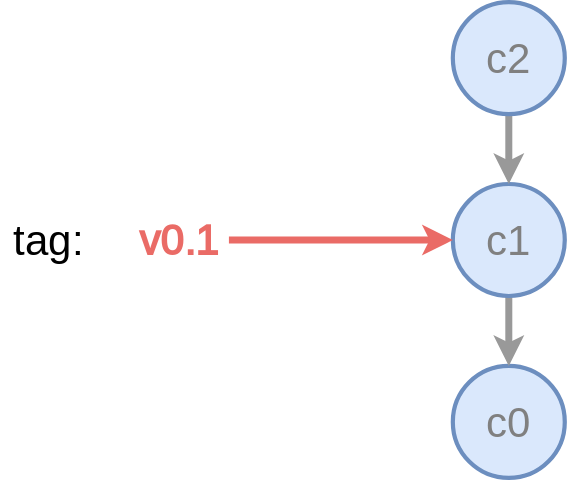
The draw.io diagram public/tags-and-branches-tag.svg in tvannoy/intro-to-git, before a commit. Source tidied: cells renumbered, new cells last; positions are measured from the earlier drawing's top-left corner, leaving out a move shared by most shapes.
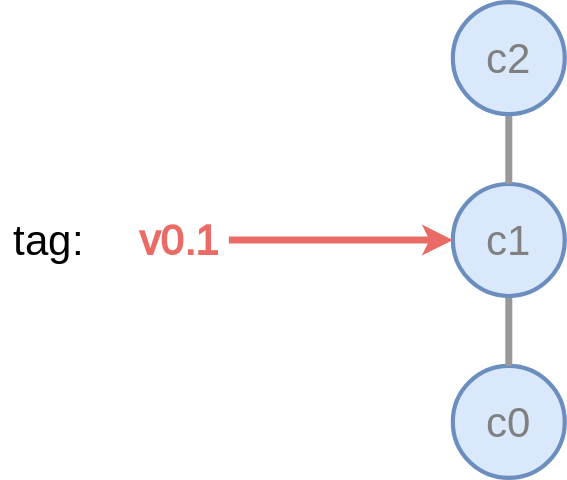
After the change.

Diff of the diagram source:
```diff
@@ -5,13 +5,13 @@
     <mxCell id="2" value="c0" style="ellipse;whiteSpace=wrap;html=1;fillColor=#dae8fc;strokeColor=#6c8ebf;strokeWidth=3;fontSize=30;fontFamily=Source Sans Pro;fontSource=https%3A%2F%2Ffonts.googleapis.com%2Fcss%3Ffamily%3DSource%2BSans%2BPro;fontColor=#808080;" parent="1" vertex="1">
       <mxGeometry x="320" y="260" width="80" height="80" as="geometry" />
     </mxCell>
-    <mxCell id="3" style="edgeStyle=orthogonalEdgeStyle;curved=1;jettySize=auto;html=1;exitX=0.5;exitY=1;exitDx=0;exitDy=0;entryX=0.5;entryY=0;entryDx=0;entryDy=0;strokeColor=#999999;strokeWidth=5;fontFamily=Source Sans Pro;fontSource=https%3A%2F%2Ffonts.googleapis.com%2Fcss%3Ffamily%3DSource%2BSans%2BPro;fontSize=50;" parent="1" edge="1" source="4" target="2">
+    <mxCell id="3" style="edgeStyle=orthogonalEdgeStyle;curved=1;jettySize=auto;html=1;exitX=0.5;exitY=1;exitDx=0;exitDy=0;entryX=0.5;entryY=0;entryDx=0;entryDy=0;strokeColor=#999999;strokeWidth=5;fontFamily=Source Sans Pro;fontSource=https%3A%2F%2Ffonts.googleapis.com%2Fcss%3Ffamily%3DSource%2BSans%2BPro;fontSize=50;endArrow=none;endFill=0;" parent="1" edge="1" source="4" target="2">
       <mxGeometry relative="1" as="geometry" />
     </mxCell>
     <mxCell id="4" value="&lt;span style=&quot;color: rgb(128, 128, 128); font-family: &amp;quot;Source Sans Pro&amp;quot;; font-size: 30px;&quot;&gt;c1&lt;/span&gt;" style="ellipse;whiteSpace=wrap;html=1;fillColor=#dae8fc;strokeColor=#6c8ebf;strokeWidth=3;fontSize=12;fontFamily=Helvetica;fontSource=https%3A%2F%2Ffonts.googleapis.com%2Fcss%3Ffamily%3DSource%2BSans%2BPro;" parent="1" vertex="1">
       <mxGeometry x="320" y="130" width="80" height="80" as="geometry" />
     </mxCell>
-    <mxCell id="5" style="edgeStyle=orthogonalEdgeStyle;curved=1;jettySize=auto;html=1;exitX=0.5;exitY=1;exitDx=0;exitDy=0;entryX=0.5;entryY=0;entryDx=0;entryDy=0;strokeColor=#999999;strokeWidth=5;fontFamily=Source Sans Pro;fontSource=https%3A%2F%2Ffonts.googleapis.com%2Fcss%3Ffamily%3DSource%2BSans%2BPro;fontSize=50;" parent="1" edge="1" source="6" target="4">
+    <mxCell id="5" style="edgeStyle=orthogonalEdgeStyle;curved=1;jettySize=auto;html=1;exitX=0.5;exitY=1;exitDx=0;exitDy=0;entryX=0.5;entryY=0;entryDx=0;entryDy=0;strokeColor=#999999;strokeWidth=5;fontFamily=Source Sans Pro;fontSource=https%3A%2F%2Ffonts.googleapis.com%2Fcss%3Ffamily%3DSource%2BSans%2BPro;fontSize=50;endArrow=none;endFill=0;" parent="1" edge="1" source="6" target="4">
       <mxGeometry relative="1" as="geometry" />
     </mxCell>
     <mxCell id="6" value="&lt;span style=&quot;color: rgb(128, 128, 128); font-family: &amp;quot;Source Sans Pro&amp;quot;; font-size: 30px;&quot;&gt;c2&lt;/span&gt;" style="ellipse;whiteSpace=wrap;html=1;fillColor=#dae8fc;strokeColor=#6c8ebf;strokeWidth=3;" parent="1" vertex="1">
```
